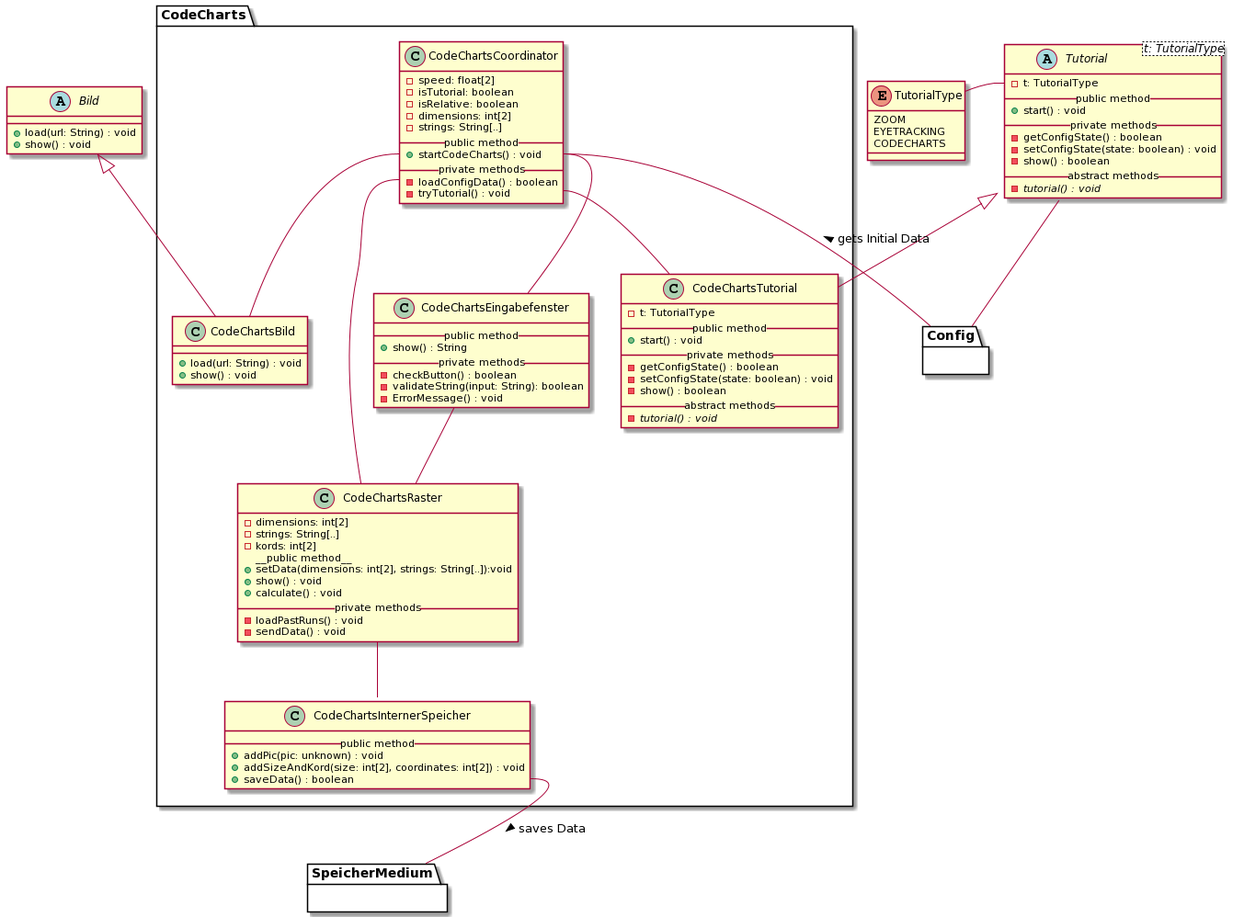
This is meilenstein_03/uml-code_charts/uml-code_charts.png from weichware10/meilensteine, a PlantUML export, as it was before one commit.
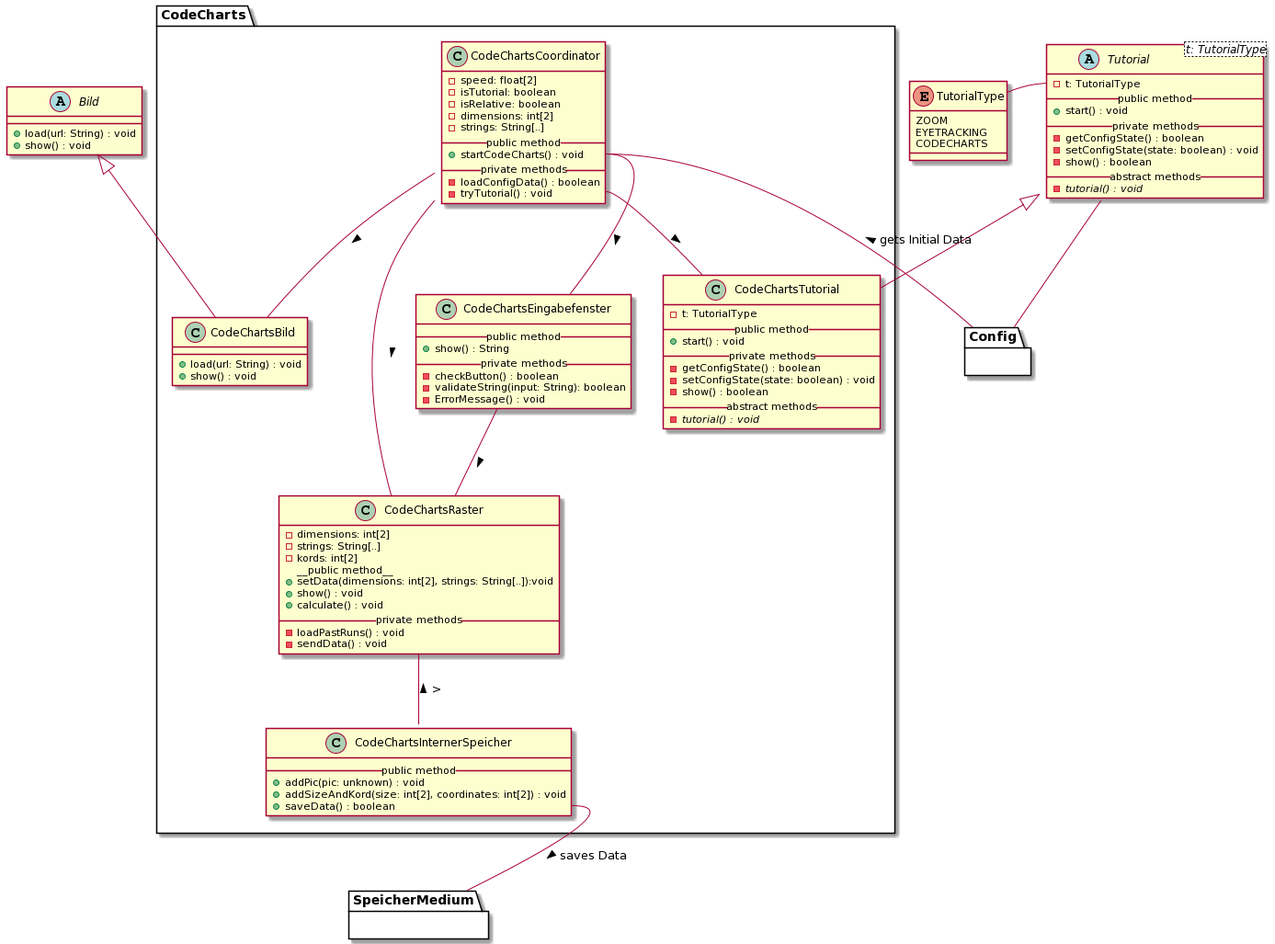
Later version of the same file.

Commit message:
Render PlantUML PNGs

Diff of the diagram source:
```diff
@@ -94,12 +94,12 @@
     Bild <|-d- CodeChartsBild
     Tutorial <|-d- CodeChartsTutorial
 
-    CodeChartsCoordinator::startCodeCharts -- CodeChartsBild
-    CodeChartsCoordinator::loadConfigData -- CodeChartsRaster
-    CodeChartsCoordinator::startCodeCharts -- CodeChartsEingabefenster
-    CodeChartsCoordinator::tryTutorial -- CodeChartsTutorial
-    CodeChartsRaster -- CodeChartsInternerSpeicher
-    CodeChartsEingabefenster -- CodeChartsRaster
+    CodeChartsCoordinator -- CodeChartsBild : >
+    CodeChartsCoordinator -- CodeChartsRaster : >
+    CodeChartsCoordinator::startCodeCharts -- CodeChartsEingabefenster : >
+    CodeChartsCoordinator::tryTutorial -- CodeChartsTutorial : >
+    CodeChartsRaster -- CodeChartsInternerSpeicher : < >
+    CodeChartsEingabefenster -- CodeChartsRaster : >
 
 
 
```
